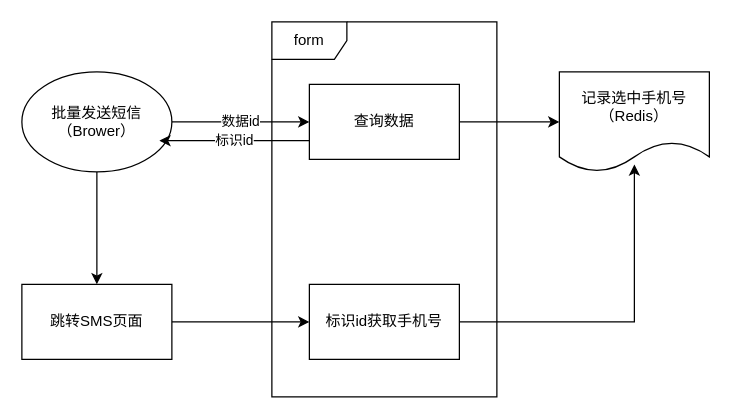
hesimin/drawio keeps this draw.io diagram as eqxiu_batch_sms.drawio. Above is the earlier version. Source tidied: cells renumbered, new cells numbered last; positions are measured from the earlier drawing's top-left corner, leaving out a move shared by most shapes. Both pictures are drawn from the tidied source at 125%, with x=0, y=0 at pixel (21, 21).
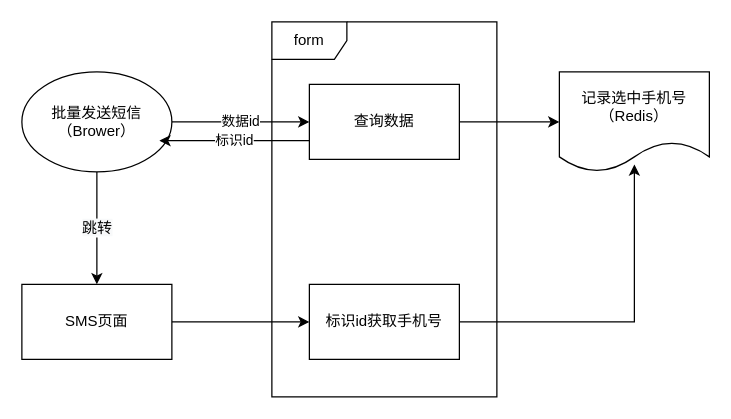
The same diagram, later.

What changed in the source:
```diff
@@
 <mxGraphModel>
   <root>
     <mxCell id="0" />
     <mxCell id="1" parent="0" />
     <mxCell id="2" value="数据id" style="edgeStyle=orthogonalEdgeStyle;rounded=0;jettySize=auto;html=1;exitX=1;exitY=0.5;exitDx=0;exitDy=0;" parent="1" edge="1" source="4" target="8">
       <mxGeometry relative="1" as="geometry" />
     </mxCell>
-    <mxCell id="3" style="edgeStyle=orthogonalEdgeStyle;rounded=0;jettySize=auto;html=1;exitX=0.5;exitY=1;exitDx=0;exitDy=0;entryX=0.5;entryY=0;entryDx=0;entryDy=0;" parent="1" edge="1" source="4" target="11">
+    <mxCell id="3" value="&lt;span style=&quot;color: rgb(0, 0, 0); font-family: helvetica; font-size: 12px; font-style: normal; font-weight: 400; letter-spacing: normal; text-align: center; text-indent: 0px; text-transform: none; word-spacing: 0px; background-color: rgb(248, 249, 250); display: inline; float: none;&quot;&gt;跳转&lt;/span&gt;" style="edgeStyle=orthogonalEdgeStyle;rounded=0;jettySize=auto;html=1;exitX=0.5;exitY=1;exitDx=0;exitDy=0;entryX=0.5;entryY=0;entryDx=0;entryDy=0;" parent="1" edge="1" source="4" target="11">
       <mxGeometry relative="1" as="geometry" />
     </mxCell>
     <mxCell id="4" value="批量发送短信&lt;br&gt;（Brower）" style="ellipse;whiteSpace=wrap;html=1;" parent="1" vertex="1">
       <mxGeometry y="40" width="120" height="80" as="geometry" />
     </mxCell>
     <mxCell id="5" value="form" style="shape=umlFrame;whiteSpace=wrap;html=1;" parent="1" vertex="1">
       <mxGeometry x="200" width="180" height="300" as="geometry" />
     </mxCell>
     <mxCell id="6" style="edgeStyle=orthogonalEdgeStyle;rounded=0;jettySize=auto;html=1;entryX=0;entryY=0.5;entryDx=0;entryDy=0;" parent="1" edge="1" source="8" target="9">
       <mxGeometry relative="1" as="geometry" />
     </mxCell>
     <mxCell id="7" value="标识id" style="edgeStyle=orthogonalEdgeStyle;rounded=0;jettySize=auto;html=1;exitX=0;exitY=0.75;exitDx=0;exitDy=0;entryX=0.917;entryY=0.688;entryDx=0;entryDy=0;entryPerimeter=0;" parent="1" edge="1" source="8" target="4">
       <mxGeometry relative="1" as="geometry" />
     </mxCell>
     <mxCell id="8" value="查询数据" style="rounded=0;whiteSpace=wrap;html=1;" parent="1" vertex="1">
       <mxGeometry x="230" y="50" width="120" height="60" as="geometry" />
     </mxCell>
     <mxCell id="9" value="记录选中手机号&lt;br&gt;（Redis）" style="shape=document;whiteSpace=wrap;html=1;boundedLbl=1;" parent="1" vertex="1">
       <mxGeometry x="430" y="40" width="120" height="80" as="geometry" />
     </mxCell>
     <mxCell id="10" style="edgeStyle=orthogonalEdgeStyle;rounded=0;jettySize=auto;html=1;entryX=0;entryY=0.5;entryDx=0;entryDy=0;" parent="1" edge="1" source="11" target="13">
       <mxGeometry relative="1" as="geometry" />
     </mxCell>
-    <mxCell id="11" value="跳转SMS页面" style="rounded=0;whiteSpace=wrap;html=1;" parent="1" vertex="1">
+    <mxCell id="11" value="SMS页面" style="rounded=0;whiteSpace=wrap;html=1;" parent="1" vertex="1">
       <mxGeometry y="210" width="120" height="60" as="geometry" />
     </mxCell>
     <mxCell id="12" style="edgeStyle=orthogonalEdgeStyle;rounded=0;jettySize=auto;html=1;entryX=0.5;entryY=0.925;entryDx=0;entryDy=0;entryPerimeter=0;" parent="1" edge="1" source="13" target="9">
       <mxGeometry relative="1" as="geometry" />
     </mxCell>
     <mxCell id="13" value="标识id获取手机号" style="rounded=0;whiteSpace=wrap;html=1;" parent="1" vertex="1">
       <mxGeometry x="230" y="210" width="120" height="60" as="geometry" />
     </mxCell>
   </root>
 </mxGraphModel>
```
